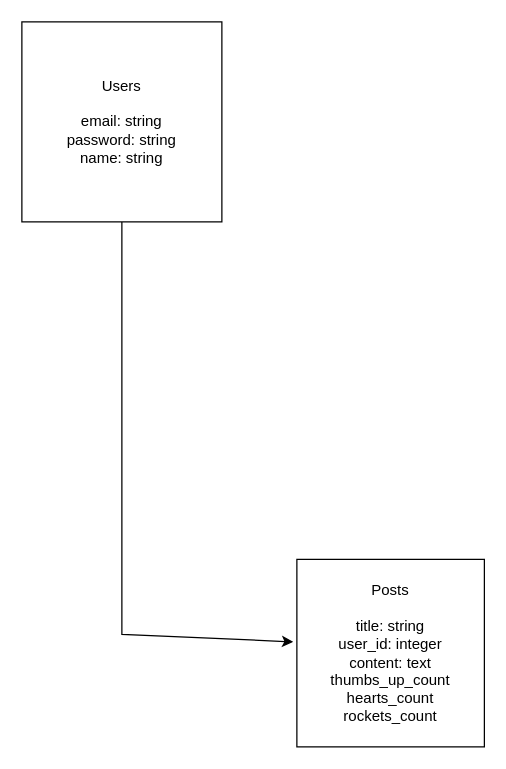
forrestmorrison/posts keeps this draw.io diagram as postsdiagram.drawio. Above is the earlier version. Source tidied: cells renumbered, new cells numbered last; positions are measured from the earlier drawing's top-left corner, leaving out a move shared by most shapes. Both pictures are drawn from the tidied source at 125%, with x=0, y=0 at pixel (21, 21).
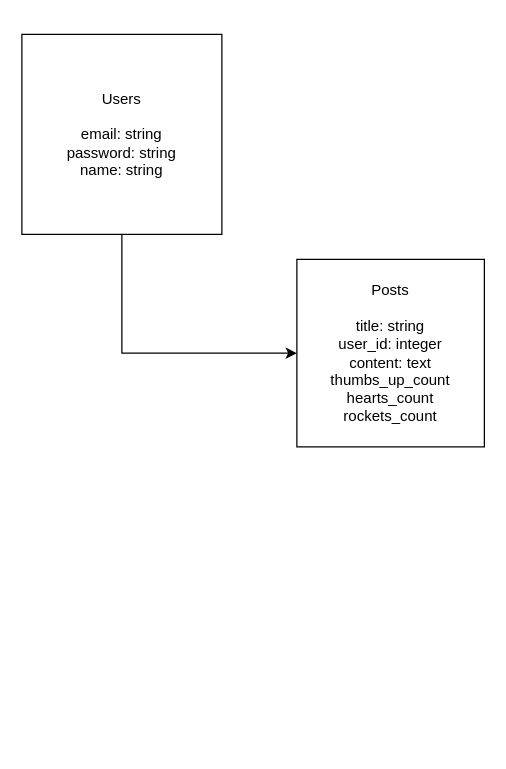
Above is the later version.

The edit, as a diff of the source:
```diff
@@
 <mxGraphModel>
   <root>
     <mxCell id="0" />
     <mxCell id="1" parent="0" />
     <mxCell id="2" value="Users&lt;br&gt;&lt;br&gt;email: string&lt;br&gt;password: string&lt;br&gt;name: string" style="whiteSpace=wrap;html=1;" parent="1" vertex="1">
-      <mxGeometry width="160" height="160" as="geometry" />
+      <mxGeometry y="10" width="160" height="160" as="geometry" />
     </mxCell>
     <mxCell id="3" value="Posts&lt;br&gt;&lt;br&gt;title: string&lt;br&gt;user_id: integer&lt;br&gt;content: text&lt;br&gt;thumbs_up_count&lt;br&gt;hearts_count&lt;br&gt;rockets_count&lt;br&gt;" style="whiteSpace=wrap;html=1;" parent="1" vertex="1">
-      <mxGeometry x="220" y="430" width="150" height="150" as="geometry" />
+      <mxGeometry x="220" y="190" width="150" height="150" as="geometry" />
     </mxCell>
-    <mxCell id="4" style="endArrow=classic;html=1;rounded=0;exitX=0.5;exitY=1;exitDx=0;exitDy=0;entryX=-0.02;entryY=0.44;entryDx=0;entryDy=0;entryPerimeter=0;" parent="1" edge="1" source="2" target="3">
+    <mxCell id="4" style="endArrow=classic;html=1;rounded=0;exitX=0.5;exitY=1;exitDx=0;exitDy=0;entryX=0;entryY=0.5;entryDx=0;entryDy=0;" parent="1" edge="1" source="2" target="3">
       <mxGeometry relative="1" as="geometry">
         <Array as="points">
-          <mxPoint x="80" y="490" />
+          <mxPoint x="80" y="265" />
         </Array>
       </mxGeometry>
     </mxCell>
   </root>
 </mxGraphModel>
```
